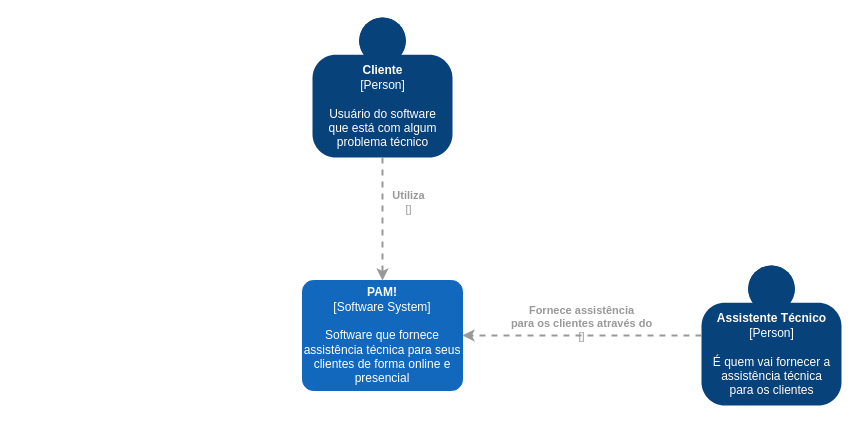
This is page "Contexto - Arquitetura Técnica" (3 of 4) of Project diagrams and requirements/Tech assistance.drawio from felipepmoreno/Tech-assistanceSoftware, a draw.io file, before an edit. Source tidied: cells renumbered, new cells numbered last; positions are measured from the earlier drawing's top-left corner, leaving out a move shared by most shapes. Both pictures are drawn from the tidied source at 100%, with x=0, y=0 at pixel (302, 17).
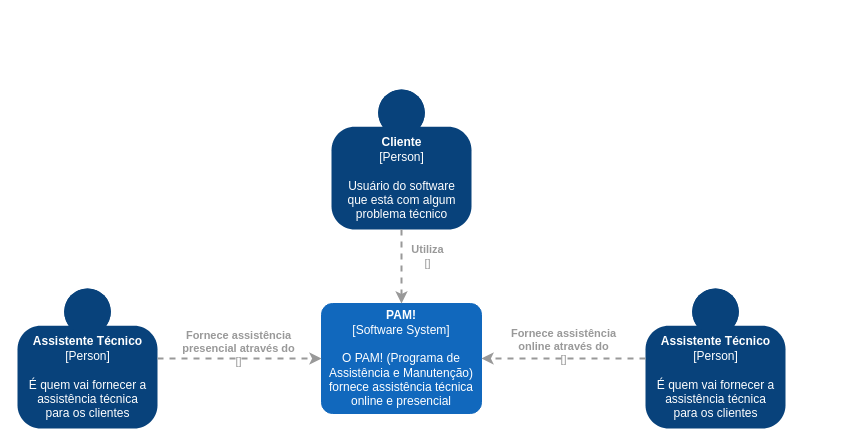
After the change.

The edit, as a diff of the source:
```diff
@@
 <mxGraphModel>
   <root>
     <mxCell id="0" />
     <mxCell id="1" parent="0" />
-    <object id="2" label="&lt;b&gt;%c4Name%&lt;/b&gt;&lt;div&gt;[%c4Type%]&lt;/div&gt;&lt;br&gt;&lt;div&gt;%c4Description%&lt;/div&gt;" c4Description="Software que fornece assistência técnica para seus clientes de forma online e presencial" c4Name="PAM!" c4Type="Software System" placeholders="1">
+    <object id="2" label="&lt;b&gt;%c4Name%&lt;/b&gt;&lt;div&gt;[%c4Type%]&lt;/div&gt;&lt;br&gt;&lt;div&gt;%c4Description%&lt;/div&gt;" c4Description="O PAM! (Programa de Assistência e Manutenção) fornece assistência técnica online e presencial" c4Name="PAM!" c4Type="Software System" placeholders="1">
       <mxCell style="rounded=1;whiteSpace=wrap;html=1;labelBackgroundColor=none;fillColor=#1168BD;fontColor=#ffffff;align=center;arcSize=10;strokeColor=#1168BD;metaData={&quot;c4Type&quot;:{&quot;editable&quot;:false}};points=[[0.25,0,0],[0.5,0,0],[0.75,0,0],[1,0.25,0],[1,0.5,0],[1,0.75,0],[0.75,1,0],[0.5,1,0],[0.25,1,0],[0,0.75,0],[0,0.5,0],[0,0.25,0]];" parent="1" vertex="1">
-        <mxGeometry y="263" width="160" height="110" as="geometry" />
+        <mxGeometry x="19" y="286" width="160" height="110" as="geometry" />
       </mxCell>
     </object>
     <object id="3" label="&lt;b&gt;%c4Name%&lt;/b&gt;&lt;div&gt;[%c4Type%]&lt;/div&gt;&lt;br&gt;&lt;div&gt;%c4Description%&lt;/div&gt;" c4Description="Usuário do software&#10;que está com algum &#10;problema técnico" c4Name="Cliente" c4Type="Person" placeholders="1">
       <mxCell style="html=1;dashed=0;whitespace=wrap;strokeColor=none;fontColor=#ffffff;shape=mxgraph.c4.person;align=center;points=[[0.5,0,0],[1,0.5,0],[1,0.75,0],[0.75,1,0],[0.5,1,0],[0.25,1,0],[0,0.75,0],[0,0.5,0]];metaData={&quot;c4Type&quot;:{&quot;editable&quot;:false}};shadow=0;fillColor=#08427B;" parent="1" vertex="1">
-        <mxGeometry x="10" width="140" height="140" as="geometry" />
+        <mxGeometry x="29" y="72" width="140" height="140" as="geometry" />
       </mxCell>
     </object>
     <object id="4" label="&lt;div style=&quot;text-align: left&quot;&gt;&lt;div style=&quot;text-align: center&quot;&gt;&lt;b&gt;%c4Description%&lt;/b&gt;&lt;/div&gt;&lt;div style=&quot;text-align: center&quot;&gt;[%c4Technology%]&lt;/div&gt;&lt;/div&gt;" c4Description="Utiliza" c4Technology="" placeholders="1">
       <mxCell style="edgeStyle=none;rounded=0;html=1;jettySize=auto;strokeWidth=2;jumpStyle=none;dashed=1;metaData={&quot;c4Type&quot;:{&quot;editable&quot;:false}};fillColor=#f5f5f5;strokeColor=#999999;fontColor=#999999;labelBackgroundColor=none;shadow=0;exitX=0.5;exitY=1;exitDx=0;exitDy=0;exitPerimeter=0;" parent="1" edge="1" source="3" target="2">
         <mxGeometry x="-0.27" y="26" relative="1" as="geometry" />
       </mxCell>
     </object>
     <object id="5" label="&lt;b&gt;%c4Name%&lt;/b&gt;&lt;div&gt;[%c4Type%]&lt;/div&gt;&lt;br&gt;&lt;div&gt;%c4Description%&lt;/div&gt;" c4Description="É quem vai fornecer a&#10;assistência técnica &#10;para os clientes" c4Name="Assistente Técnico" c4Type="Person" placeholders="1">
       <mxCell style="html=1;dashed=0;whitespace=wrap;strokeColor=none;fontColor=#ffffff;shape=mxgraph.c4.person;align=center;points=[[0.5,0,0],[1,0.5,0],[1,0.75,0],[0.75,1,0],[0.5,1,0],[0.25,1,0],[0,0.75,0],[0,0.5,0]];metaData={&quot;c4Type&quot;:{&quot;editable&quot;:false}};shadow=0;fillColor=#08427B;" parent="1" vertex="1">
-        <mxGeometry x="399" y="248" width="140" height="140" as="geometry" />
+        <mxGeometry x="343" y="271" width="140" height="140" as="geometry" />
       </mxCell>
     </object>
-    <object id="6" label="&lt;div style=&quot;text-align: left&quot;&gt;&lt;div style=&quot;text-align: center&quot;&gt;&lt;b&gt;%c4Description%&lt;/b&gt;&lt;/div&gt;&lt;div style=&quot;text-align: center&quot;&gt;[%c4Technology%]&lt;/div&gt;&lt;/div&gt;" c4Description="Fornece assistência &#10;para os clientes através do" c4Technology="" placeholders="1">
+    <object id="6" label="&lt;div style=&quot;text-align: left&quot;&gt;&lt;div style=&quot;text-align: center&quot;&gt;&lt;b&gt;%c4Description%&lt;/b&gt;&lt;/div&gt;&lt;div style=&quot;text-align: center&quot;&gt;[%c4Technology%]&lt;/div&gt;&lt;/div&gt;" c4Description="Fornece assistência &#10;online através do" c4Technology="" placeholders="1">
       <mxCell style="edgeStyle=none;rounded=0;html=1;entryX=1;entryY=0.5;jettySize=auto;strokeWidth=2;jumpStyle=none;dashed=1;metaData={&quot;c4Type&quot;:{&quot;editable&quot;:false}};fillColor=#f5f5f5;strokeColor=#999999;fontColor=#999999;labelBackgroundColor=none;shadow=0;exitX=0;exitY=0.5;exitDx=0;exitDy=0;exitPerimeter=0;entryDx=0;entryDy=0;entryPerimeter=0;" parent="1" edge="1" source="5" target="2">
         <mxGeometry y="-12" relative="1" as="geometry" />
       </mxCell>
     </object>
+    <object id="7" label="&lt;b&gt;%c4Name%&lt;/b&gt;&lt;div&gt;[%c4Type%]&lt;/div&gt;&lt;br&gt;&lt;div&gt;%c4Description%&lt;/div&gt;" c4Description="É quem vai fornecer a&#10;assistência técnica &#10;para os clientes" c4Name="Assistente Técnico" c4Type="Person" placeholders="1">
+      <mxCell style="html=1;dashed=0;whitespace=wrap;strokeColor=none;fontColor=#ffffff;shape=mxgraph.c4.person;align=center;points=[[0.5,0,0],[1,0.5,0],[1,0.75,0],[0.75,1,0],[0.5,1,0],[0.25,1,0],[0,0.75,0],[0,0.5,0]];metaData={&quot;c4Type&quot;:{&quot;editable&quot;:false}};shadow=0;fillColor=#08427B;" parent="1" vertex="1">
+        <mxGeometry x="-285" y="271" width="140" height="140" as="geometry" />
+      </mxCell>
+    </object>
+    <object id="8" label="&lt;div style=&quot;text-align: left&quot;&gt;&lt;div style=&quot;text-align: center&quot;&gt;&lt;b&gt;%c4Description%&lt;/b&gt;&lt;/div&gt;&lt;div style=&quot;text-align: center&quot;&gt;[%c4Technology%]&lt;/div&gt;&lt;/div&gt;" c4Description="Fornece assistência &#10;presencial através do" c4Technology="" placeholders="1">
+      <mxCell style="edgeStyle=none;rounded=0;html=1;entryX=0;entryY=0.5;jettySize=auto;strokeWidth=2;jumpStyle=none;dashed=1;metaData={&quot;c4Type&quot;:{&quot;editable&quot;:false}};fillColor=#f5f5f5;strokeColor=#999999;fontColor=#999999;labelBackgroundColor=none;shadow=0;exitX=1;exitY=0.5;exitDx=0;exitDy=0;exitPerimeter=0;entryDx=0;entryDy=0;entryPerimeter=0;" parent="1" edge="1" source="7" target="2">
+        <mxGeometry x="-0.01" y="10" relative="1" as="geometry" />
+      </mxCell>
+    </object>
   </root>
 </mxGraphModel>
```
